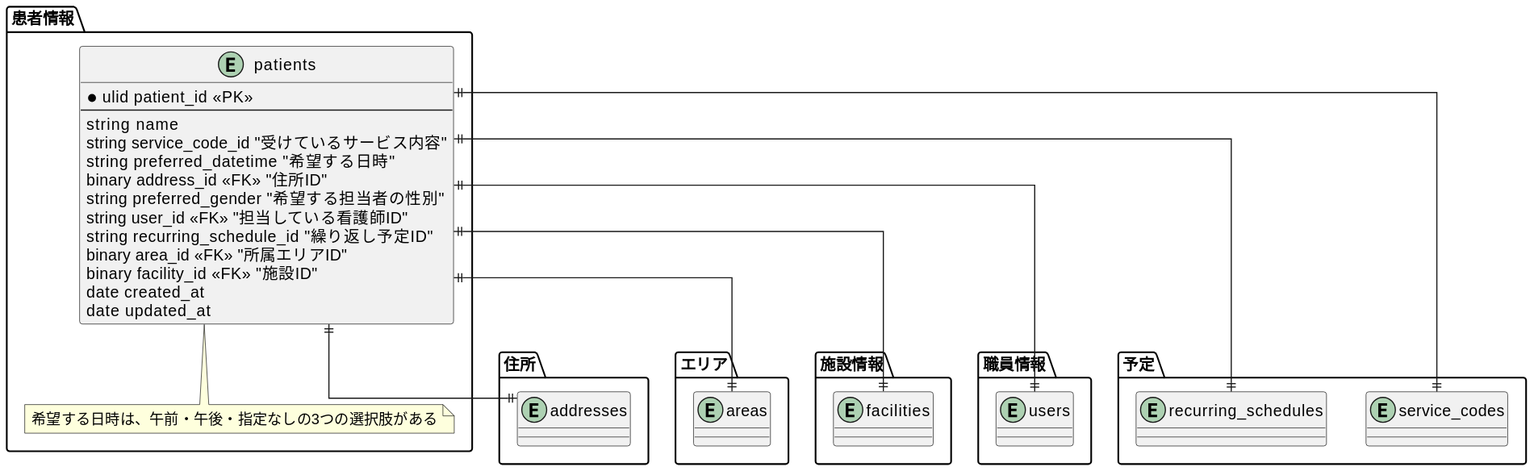
Above: diagrams-svg/ER/tables/patients.svg in Fukuemon/buddy_design_docs (PlantUML), before the change.
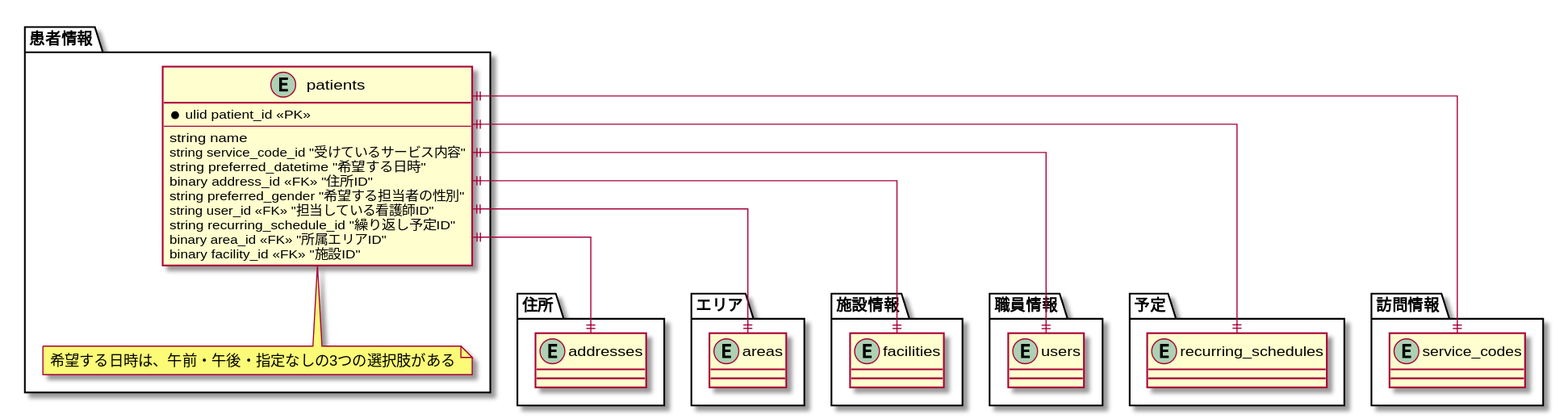
The same diagram one commit later.

Diff of the diagram source:
```diff
@@ -1,4 +1,4 @@
-@startuml
+@startuml entity-relationship-diagram
 skinparam linetype ortho
 
 package 患者情報 {
@@ -14,8 +14,6 @@
     string recurring_schedule_id "繰り返し予定ID"
     binary area_id <<FK>> "所属エリアID"
     binary facility_id <<FK>> "施設ID"
-    date created_at
-    date updated_at
   }
   note bottom of patients
   希望する日時は、午前・午後・指定なしの3つの選択肢がある
@@ -40,6 +38,9 @@
 
 package 予定 {
   entity recurring_schedules
+}
+
+package 訪問情報 {
   entity service_codes
 }
 
```
